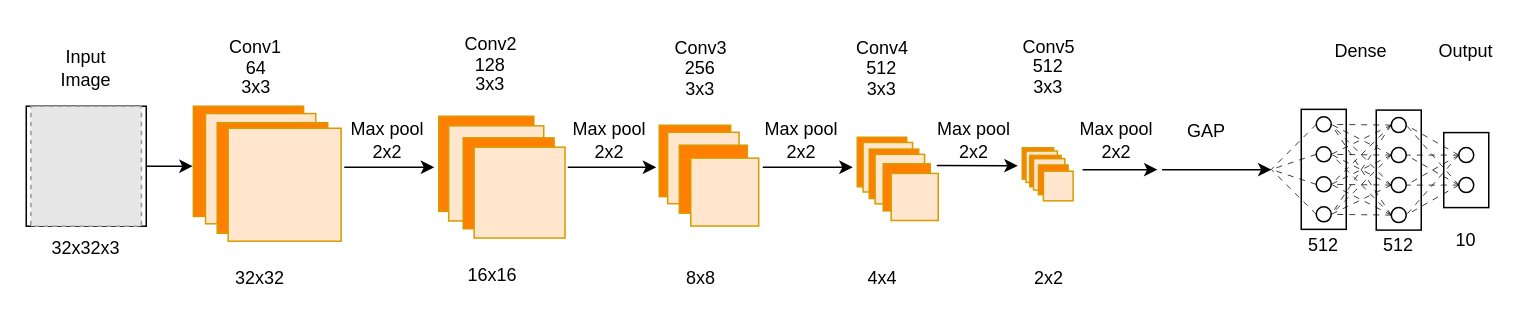
Mikkelnn/ESD7-Project keeps this draw.io diagram as figures/systemDesign/targetDetection/VGG16Architecture.drawio. Above is the earlier version. Source tidied: cells renumbered, new cells numbered last; positions are measured from the earlier drawing's top-left corner, leaving out a move shared by most shapes. Both pictures are drawn from the tidied source at 150%, with x=0, y=0 at pixel (26, 28). Pictures stored in the file or linked from it are replaced by grey dashed boxes.
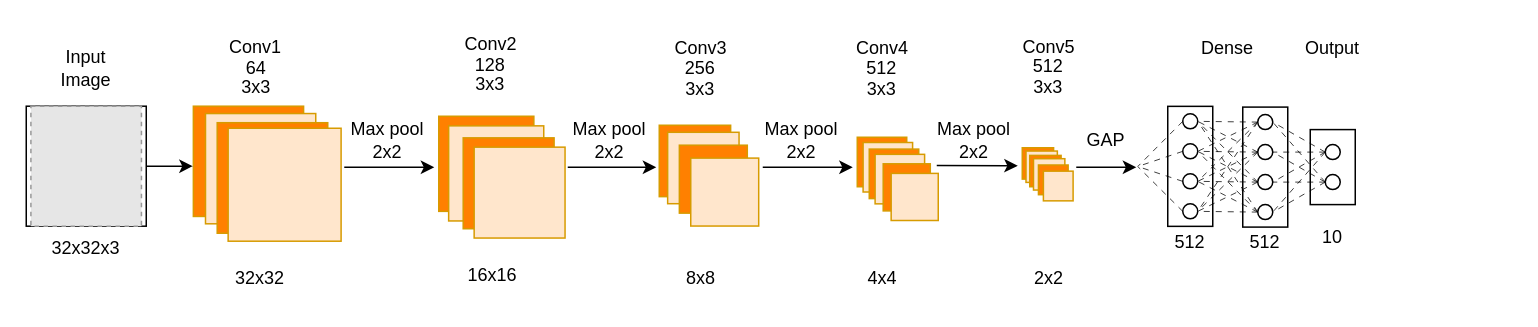
Above is the later version.

What changed in the source:
```diff
@@
     <mxCell id="4" style="whiteSpace=wrap;html=1;fillColor=none;fontFamily=Project Font;" parent="1" vertex="1">
-      <mxGeometry x="945" y="68.9" width="30" height="50" as="geometry" />
+      <mxGeometry x="856" y="66.9" width="30" height="50" as="geometry" />
     </mxCell>
     <mxCell id="5" style="ellipse;whiteSpace=wrap;html=1;fillColor=none;fontFamily=Project Font;" parent="1" vertex="1">
-      <mxGeometry x="955" y="78.9" width="10" height="10" as="geometry" />
+      <mxGeometry x="866" y="76.9" width="10" height="10" as="geometry" />
     </mxCell>
     <mxCell id="6" style="ellipse;whiteSpace=wrap;html=1;fillColor=none;fontFamily=Project Font;" parent="1" vertex="1">
-      <mxGeometry x="955" y="98.9" width="10" height="10" as="geometry" />
+      <mxGeometry x="866" y="96.9" width="10" height="10" as="geometry" />
     </mxCell>
     <mxCell id="7" style="endArrow=none;dashed=1;html=1;dashPattern=8 8;strokeWidth=0.5;rounded=0;exitX=0;exitY=0.5;exitDx=0;exitDy=0;entryX=1;entryY=0.5;entryDx=0;entryDy=0;fontFamily=Project Font;" parent="1" edge="1" source="5">
       <mxGeometry relative="1" as="geometry">
-        <mxPoint x="920" y="63.9" as="targetPoint" />
+        <mxPoint x="831" y="61.9" as="targetPoint" />
       </mxGeometry>
     </mxCell>
     <mxCell id="8" style="endArrow=none;dashed=1;html=1;dashPattern=8 8;strokeWidth=0.5;rounded=0;entryX=1;entryY=0.5;entryDx=0;entryDy=0;exitX=0;exitY=0.5;exitDx=0;exitDy=0;fontFamily=Project Font;" parent="1" edge="1" source="5">
       <mxGeometry relative="1" as="geometry">
-        <mxPoint x="920" y="83.9" as="targetPoint" />
+        <mxPoint x="831" y="81.9" as="targetPoint" />
       </mxGeometry>
     </mxCell>
     <mxCell id="9" style="endArrow=none;dashed=1;html=1;dashPattern=8 8;strokeWidth=0.5;rounded=0;entryX=1;entryY=0.5;entryDx=0;entryDy=0;exitX=0;exitY=0.5;exitDx=0;exitDy=0;fontFamily=Project Font;" parent="1" edge="1" source="5">
       <mxGeometry relative="1" as="geometry">
-        <mxPoint x="920" y="103.9" as="targetPoint" />
+        <mxPoint x="831" y="101.9" as="targetPoint" />
       </mxGeometry>
     </mxCell>
     <mxCell id="10" style="endArrow=none;dashed=1;html=1;dashPattern=8 8;strokeWidth=0.5;rounded=0;entryX=1;entryY=0.5;entryDx=0;entryDy=0;exitX=0;exitY=0.5;exitDx=0;exitDy=0;fontFamily=Project Font;" parent="1" edge="1" source="5">
       <mxGeometry relative="1" as="geometry">
-        <mxPoint x="920" y="123.9" as="targetPoint" />
+        <mxPoint x="831" y="121.9" as="targetPoint" />
       </mxGeometry>
     </mxCell>
     <mxCell id="11" style="endArrow=none;dashed=1;html=1;dashPattern=8 8;strokeWidth=0.5;rounded=0;entryX=1;entryY=0.5;entryDx=0;entryDy=0;exitX=0;exitY=0.5;exitDx=0;exitDy=0;fontFamily=Project Font;" parent="1" edge="1" source="6">
       <mxGeometry relative="1" as="geometry">
-        <mxPoint x="920" y="123.9" as="targetPoint" />
+        <mxPoint x="831" y="121.9" as="targetPoint" />
       </mxGeometry>
     </mxCell>
     <mxCell id="12" style="endArrow=none;dashed=1;html=1;dashPattern=8 8;strokeWidth=0.5;rounded=0;entryX=1;entryY=0.5;entryDx=0;entryDy=0;exitX=0;exitY=0.5;exitDx=0;exitDy=0;fontFamily=Project Font;" parent="1" edge="1" source="6">
       <mxGeometry relative="1" as="geometry">
-        <mxPoint x="920" y="103.9" as="targetPoint" />
+        <mxPoint x="831" y="101.9" as="targetPoint" />
       </mxGeometry>
     </mxCell>
     <mxCell id="13" style="endArrow=none;dashed=1;html=1;dashPattern=8 8;strokeWidth=0.5;rounded=0;entryX=1;entryY=0.5;entryDx=0;entryDy=0;exitX=0;exitY=0.5;exitDx=0;exitDy=0;fontFamily=Project Font;" parent="1" edge="1" source="6">
       <mxGeometry relative="1" as="geometry">
-        <mxPoint x="920" y="83.9" as="targetPoint" />
+        <mxPoint x="831" y="81.9" as="targetPoint" />
       </mxGeometry>
     </mxCell>
     <mxCell id="14" style="endArrow=none;dashed=1;html=1;dashPattern=8 8;strokeWidth=0.5;rounded=0;entryX=1;entryY=0.5;entryDx=0;entryDy=0;exitX=0;exitY=0.5;exitDx=0;exitDy=0;fontFamily=Project Font;" parent="1" edge="1" source="6">
       <mxGeometry relative="1" as="geometry">
-        <mxPoint x="920" y="63.9" as="targetPoint" />
+        <mxPoint x="831" y="61.9" as="targetPoint" />
       </mxGeometry>
     </mxCell>
     <mxCell id="15" style="whiteSpace=wrap;html=1;fillColor=none;fontFamily=Project Font;" parent="1" vertex="1">
-      <mxGeometry x="900" y="53.9" width="30" height="80" as="geometry" />
+      <mxGeometry x="811" y="51.9" width="30" height="80" as="geometry" />
     </mxCell>
     <mxCell id="16" style="ellipse;whiteSpace=wrap;html=1;fillColor=none;fontFamily=Project Font;" parent="1" vertex="1">
-      <mxGeometry x="910" y="58.9" width="10" height="10" as="geometry" />
+      <mxGeometry x="821" y="56.9" width="10" height="10" as="geometry" />
     </mxCell>
     <mxCell id="17" style="ellipse;whiteSpace=wrap;html=1;fillColor=none;fontFamily=Project Font;" parent="1" vertex="1">
-      <mxGeometry x="910" y="78.9" width="10" height="10" as="geometry" />
+      <mxGeometry x="821" y="76.9" width="10" height="10" as="geometry" />
     </mxCell>
     <mxCell id="18" style="ellipse;whiteSpace=wrap;html=1;fillColor=none;fontFamily=Project Font;" parent="1" vertex="1">
-      <mxGeometry x="910" y="98.9" width="10" height="10" as="geometry" />
+      <mxGeometry x="821" y="96.9" width="10" height="10" as="geometry" />
     </mxCell>
     <mxCell id="19" style="ellipse;whiteSpace=wrap;html=1;fillColor=none;fontFamily=Project Font;" parent="1" vertex="1">
-      <mxGeometry x="910" y="118.9" width="10" height="10" as="geometry" />
+      <mxGeometry x="821" y="116.9" width="10" height="10" as="geometry" />
     </mxCell>
@@
     <mxCell id="24" value="Dense" style="text;html=1;whiteSpace=wrap;strokeColor=none;fillColor=none;align=center;verticalAlign=middle;rounded=0;fontFamily=Project Font;" parent="1" vertex="1">
-      <mxGeometry x="860" width="60" height="30" as="geometry" />
+      <mxGeometry x="771" y="-2" width="60" height="30" as="geometry" />
     </mxCell>
     <mxCell id="25" value="&lt;div&gt;Output&lt;/div&gt;" style="text;html=1;whiteSpace=wrap;strokeColor=none;fillColor=none;align=center;verticalAlign=middle;rounded=0;fontFamily=Project Font;" parent="1" vertex="1">
-      <mxGeometry x="930" width="60" height="30" as="geometry" />
+      <mxGeometry x="841" y="-2" width="60" height="30" as="geometry" />
     </mxCell>
@@
     <mxCell id="40" value="512" style="text;html=1;whiteSpace=wrap;strokeColor=none;fillColor=none;align=center;verticalAlign=middle;rounded=0;fontFamily=Project Font;" parent="1" vertex="1">
-      <mxGeometry x="885" y="128.9" width="60" height="30" as="geometry" />
+      <mxGeometry x="796" y="126.9" width="60" height="30" as="geometry" />
     </mxCell>
     <mxCell id="41" value="10" style="text;html=1;whiteSpace=wrap;strokeColor=none;fillColor=none;align=center;verticalAlign=middle;rounded=0;fontFamily=Project Font;" parent="1" vertex="1">
-      <mxGeometry x="930" y="125.9" width="60" height="30" as="geometry" />
+      <mxGeometry x="841" y="123.9" width="60" height="30" as="geometry" />
     </mxCell>
@@
-    <mxCell id="63" value="&lt;div&gt;Max pool&lt;/div&gt;&lt;div&gt;2x2&lt;/div&gt;" style="text;html=1;whiteSpace=wrap;strokeColor=none;fillColor=none;align=center;verticalAlign=middle;rounded=0;fontFamily=Project Font;" parent="1" vertex="1">
-      <mxGeometry x="697.2" y="58.7" width="60" height="30" as="geometry" />
-    </mxCell>
     <mxCell id="64" value="GAP" style="text;html=1;whiteSpace=wrap;strokeColor=none;fillColor=none;align=center;verticalAlign=middle;rounded=0;fontFamily=Project Font;" parent="1" vertex="1">
-      <mxGeometry x="757.2" y="53" width="60" height="30" as="geometry" />
+      <mxGeometry x="690" y="58.9" width="60" height="30" as="geometry" />
     </mxCell>
-    <mxCell id="65" style="endArrow=classic;html=1;rounded=0;fontFamily=Project Font;" parent="1" edge="1">
-      <mxGeometry relative="1" as="geometry">
-        <mxPoint x="757.2" y="93.6" as="sourcePoint" />
-        <mxPoint x="830.2" y="93.6" as="targetPoint" />
-      </mxGeometry>
-    </mxCell>
-    <mxCell id="66" style="endArrow=classic;html=1;rounded=0;fontFamily=Project Font;" parent="1" edge="1">
-      <mxGeometry relative="1" as="geometry">
-        <mxPoint x="704.2" y="93.6" as="sourcePoint" />
-        <mxPoint x="754.2" y="93.6" as="targetPoint" />
-      </mxGeometry>
-    </mxCell>
     <mxCell id="67" style="whiteSpace=wrap;html=1;fillColor=none;fontFamily=Project Font;" parent="1" vertex="1">
-      <mxGeometry x="850" y="53.4" width="30" height="80" as="geometry" />
+      <mxGeometry x="761" y="51.4" width="30" height="80" as="geometry" />
     </mxCell>
     <mxCell id="68" style="ellipse;whiteSpace=wrap;html=1;fillColor=none;fontFamily=Project Font;" parent="1" vertex="1">
-      <mxGeometry x="860" y="58.4" width="10" height="10" as="geometry" />
+      <mxGeometry x="771" y="56.4" width="10" height="10" as="geometry" />
     </mxCell>
     <mxCell id="69" style="ellipse;whiteSpace=wrap;html=1;fillColor=none;fontFamily=Project Font;" parent="1" vertex="1">
-      <mxGeometry x="860" y="78.4" width="10" height="10" as="geometry" />
+      <mxGeometry x="771" y="76.4" width="10" height="10" as="geometry" />
     </mxCell>
     <mxCell id="70" style="ellipse;whiteSpace=wrap;html=1;fillColor=none;fontFamily=Project Font;" parent="1" vertex="1">
-      <mxGeometry x="860" y="98.4" width="10" height="10" as="geometry" />
+      <mxGeometry x="771" y="96.4" width="10" height="10" as="geometry" />
     </mxCell>
     <mxCell id="71" style="ellipse;whiteSpace=wrap;html=1;fillColor=none;fontFamily=Project Font;" parent="1" vertex="1">
-      <mxGeometry x="860" y="118.4" width="10" height="10" as="geometry" />
+      <mxGeometry x="771" y="116.4" width="10" height="10" as="geometry" />
     </mxCell>
     <mxCell id="72" style="endArrow=none;dashed=1;html=1;dashPattern=8 8;strokeWidth=0.5;rounded=0;exitX=0;exitY=0.5;exitDx=0;exitDy=0;entryX=1;entryY=0.5;entryDx=0;entryDy=0;fontFamily=Project Font;" parent="1" edge="1" source="68">
       <mxGeometry relative="1" as="geometry">
-        <mxPoint x="830" y="93.5" as="targetPoint" />
+        <mxPoint x="741" y="91.5" as="targetPoint" />
       </mxGeometry>
     </mxCell>
     <mxCell id="73" style="endArrow=none;dashed=1;html=1;dashPattern=8 8;strokeWidth=0.5;rounded=0;exitX=0;exitY=0.5;exitDx=0;exitDy=0;entryX=1;entryY=0.5;entryDx=0;entryDy=0;fontFamily=Project Font;" parent="1" edge="1" source="69">
       <mxGeometry relative="1" as="geometry">
-        <mxPoint x="830" y="93.5" as="targetPoint" />
+        <mxPoint x="741" y="91.5" as="targetPoint" />
       </mxGeometry>
     </mxCell>
     <mxCell id="74" style="endArrow=none;dashed=1;html=1;dashPattern=8 8;strokeWidth=0.5;rounded=0;exitX=0;exitY=0.5;exitDx=0;exitDy=0;entryX=1;entryY=0.5;entryDx=0;entryDy=0;fontFamily=Project Font;" parent="1" edge="1" source="70">
       <mxGeometry relative="1" as="geometry">
-        <mxPoint x="830" y="93.5" as="targetPoint" />
+        <mxPoint x="741" y="91.5" as="targetPoint" />
       </mxGeometry>
     </mxCell>
     <mxCell id="75" style="endArrow=none;dashed=1;html=1;dashPattern=8 8;strokeWidth=0.5;rounded=0;exitX=0;exitY=0.5;exitDx=0;exitDy=0;entryX=1;entryY=0.5;entryDx=0;entryDy=0;fontFamily=Project Font;" parent="1" edge="1" source="71">
       <mxGeometry relative="1" as="geometry">
-        <mxPoint x="830" y="93.5" as="targetPoint" />
+        <mxPoint x="741" y="91.5" as="targetPoint" />
       </mxGeometry>
     </mxCell>
@@
     <mxCell id="88" value="512" style="text;html=1;whiteSpace=wrap;strokeColor=none;fillColor=none;align=center;verticalAlign=middle;rounded=0;fontFamily=Project Font;" parent="1" vertex="1">
-      <mxGeometry x="835" y="128.9" width="60" height="30" as="geometry" />
+      <mxGeometry x="746" y="126.9" width="60" height="30" as="geometry" />
     </mxCell>
@@
+    <mxCell id="123" style="endArrow=classic;html=1;rounded=0;" parent="1" edge="1">
+      <mxGeometry relative="1" as="geometry">
+        <mxPoint x="700" y="92" as="sourcePoint" />
+        <mxPoint x="740" y="92" as="targetPoint" />
+      </mxGeometry>
+    </mxCell>
```
